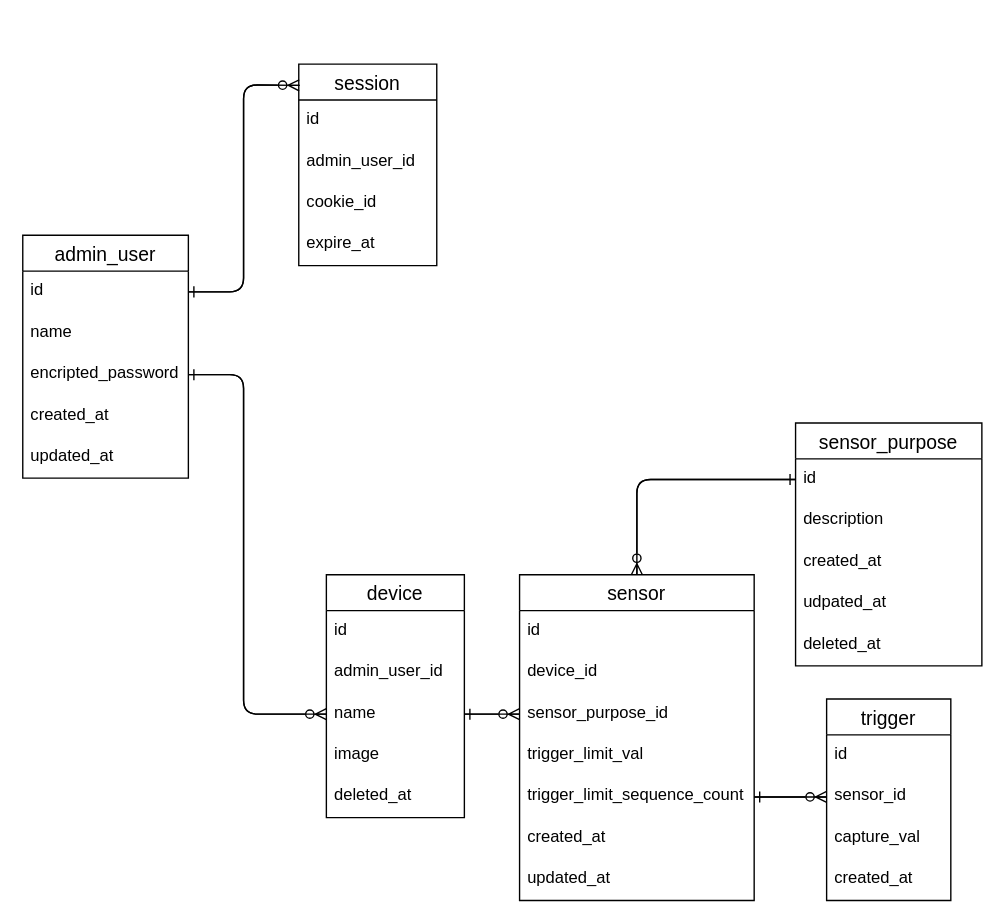
YSawc/pyum keeps this draw.io diagram as src/backend/ER.dio. Above is the earlier version. Source tidied: cells renumbered, new cells numbered last; positions are measured from the earlier drawing's top-left corner, leaving out a move shared by most shapes. Both pictures are drawn from the tidied source at 138%, with x=0, y=0 at pixel (22, 63).
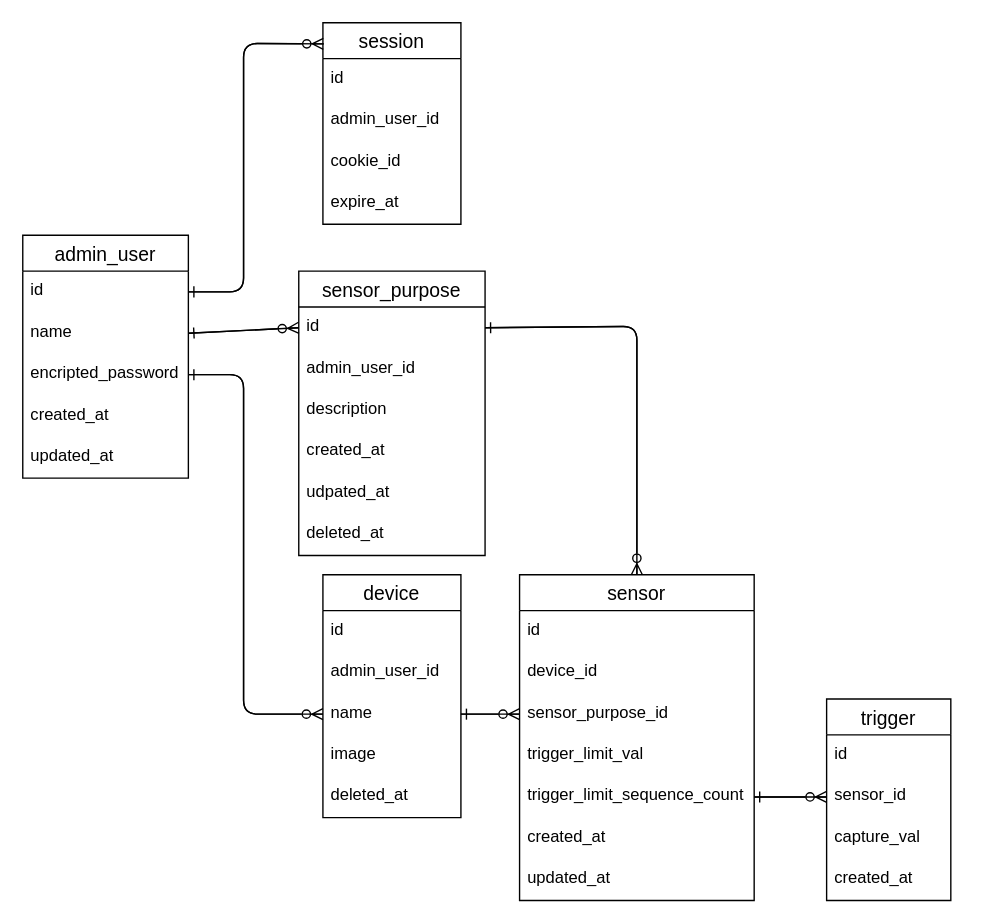
The same diagram, later.

Commit message (it also covers changes not shown here):
modify: add relation for admin_user and sensor purpose

Unchanged cells that the change refers to:
```xml
<mxCell id="3" value="id&#10;&#10;" style="text;strokeColor=none;fillColor=none;spacingLeft=4;spacingRight=4;overflow=hidden;points=[[0,0.5],[1,0.5]];portConstraint=eastwest;fontSize=12;" parent="2" vertex="1">
  <mxGeometry y="26" width="120" height="30" as="geometry" />
</mxCell>
<mxCell id="4" value="name" style="text;strokeColor=none;fillColor=none;spacingLeft=4;spacingRight=4;overflow=hidden;points=[[0,0.5],[1,0.5]];portConstraint=eastwest;fontSize=12;" parent="2" vertex="1">
  <mxGeometry y="56" width="120" height="30" as="geometry" />
</mxCell>
<mxCell id="15" value="id&#10;&#10;" style="text;strokeColor=none;fillColor=none;spacingLeft=4;spacingRight=4;overflow=hidden;points=[[0,0.5],[1,0.5]];portConstraint=eastwest;fontSize=12;" parent="14" vertex="1">
  <mxGeometry y="26" width="135" height="30" as="geometry" />
</mxCell>
<mxCell id="25" value="sensor" style="swimlane;fontStyle=0;horizontal=1;startSize=26;align=center;fontSize=14;" parent="1" vertex="1">
  <mxGeometry x="360" y="370" width="170" height="236" as="geometry" />
</mxCell>
```

Diff of the diagram source:
```diff
@@
     <mxCell id="8" value="device" style="swimlane;fontStyle=0;horizontal=1;startSize=26;align=center;fontSize=14;" parent="1" vertex="1">
-      <mxGeometry x="220" y="370" width="100" height="176" as="geometry" />
+      <mxGeometry x="217.5" y="370" width="100" height="176" as="geometry" />
     </mxCell>
@@
     <mxCell id="14" value="sensor_purpose" style="swimlane;fontStyle=0;horizontal=1;startSize=26;align=center;fontSize=14;" parent="1" vertex="1">
-      <mxGeometry x="560" y="260" width="135" height="176" as="geometry" />
+      <mxGeometry x="200" y="150" width="135" height="206" as="geometry" />
     </mxCell>
@@
+    <mxCell id="48" value="admin_user_id" style="text;strokeColor=none;fillColor=none;spacingLeft=4;spacingRight=4;overflow=hidden;fontSize=12;" parent="14" vertex="1">
+      <mxGeometry y="56" width="135" height="30" as="geometry" />
+    </mxCell>
     <mxCell id="16" value="description" style="text;strokeColor=none;fillColor=none;spacingLeft=4;spacingRight=4;overflow=hidden;fontSize=12;" parent="14" vertex="1">
-      <mxGeometry y="56" width="135" height="30" as="geometry" />
+      <mxGeometry y="86" width="135" height="30" as="geometry" />
     </mxCell>
     <mxCell id="17" value="created_at" style="text;strokeColor=none;fillColor=none;spacingLeft=4;spacingRight=4;overflow=hidden;fontSize=12;" parent="14" vertex="1">
-      <mxGeometry y="86" width="135" height="30" as="geometry" />
+      <mxGeometry y="116" width="135" height="30" as="geometry" />
     </mxCell>
     <mxCell id="18" value="udpated_at" style="text;strokeColor=none;fillColor=none;spacingLeft=4;spacingRight=4;overflow=hidden;fontSize=12;" parent="14" vertex="1">
-      <mxGeometry y="116" width="135" height="30" as="geometry" />
+      <mxGeometry y="146" width="135" height="30" as="geometry" />
     </mxCell>
     <mxCell id="19" value="deleted_at" style="text;strokeColor=none;fillColor=none;spacingLeft=4;spacingRight=4;overflow=hidden;fontSize=12;" parent="14" vertex="1">
-      <mxGeometry y="146" width="135" height="30" as="geometry" />
+      <mxGeometry y="176" width="135" height="30" as="geometry" />
     </mxCell>
@@
-    <mxCell id="39" style="edgeStyle=none;html=1;startArrow=none;startFill=0;endArrow=ERzeroToMany;endFill=0;exitX=0;exitY=0.5;exitDx=0;exitDy=0;" parent="1" edge="1" source="15" target="25">
+    <mxCell id="39" style="edgeStyle=none;html=1;startArrow=none;startFill=0;endArrow=ERzeroToMany;endFill=0;exitX=1;exitY=0.5;exitDx=0;exitDy=0;" parent="1" edge="1" source="15" target="25">
       <mxGeometry relative="1" as="geometry">
         <Array as="points">
+          <mxPoint x="445" y="190" />
           <mxPoint x="445" y="301" />
         </Array>
       </mxGeometry>
     </mxCell>
-    <mxCell id="40" style="edgeStyle=none;html=1;exitX=0.5;exitY=0;exitDx=0;exitDy=0;startArrow=none;startFill=0;endArrow=ERone;endFill=0;entryX=0;entryY=0.5;entryDx=0;entryDy=0;" parent="1" edge="1" source="25" target="15">
+    <mxCell id="40" style="edgeStyle=none;html=1;exitX=0.5;exitY=0;exitDx=0;exitDy=0;startArrow=none;startFill=0;endArrow=ERone;endFill=0;entryX=1;entryY=0.5;entryDx=0;entryDy=0;" parent="1" edge="1" source="25" target="15">
       <mxGeometry relative="1" as="geometry">
         <Array as="points">
           <mxPoint x="445" y="301" />
+          <mxPoint x="445" y="190" />
         </Array>
       </mxGeometry>
     </mxCell>
     <mxCell id="41" value="session" style="swimlane;fontStyle=0;horizontal=1;startSize=26;align=center;fontSize=14;" parent="1" vertex="1">
-      <mxGeometry x="200" width="100" height="146" as="geometry" />
+      <mxGeometry x="217.5" y="-30" width="100" height="146" as="geometry" />
     </mxCell>
@@
     <mxCell id="46" style="edgeStyle=none;html=1;exitX=1;exitY=0.5;exitDx=0;exitDy=0;startArrow=none;startFill=0;endArrow=ERzeroToMany;endFill=0;entryX=0.003;entryY=0.105;entryDx=0;entryDy=0;entryPerimeter=0;" parent="1" edge="1" source="3" target="41">
       <mxGeometry relative="1" as="geometry">
         <Array as="points">
           <mxPoint x="160" y="165" />
           <mxPoint x="160" y="15" />
+          <mxPoint x="160" y="-15" />
         </Array>
       </mxGeometry>
     </mxCell>
     <mxCell id="47" style="edgeStyle=none;html=1;exitX=0.007;exitY=0.105;exitDx=0;exitDy=0;startArrow=none;startFill=0;endArrow=ERone;endFill=0;entryX=1;entryY=0.5;entryDx=0;entryDy=0;exitPerimeter=0;" parent="1" edge="1" source="41" target="3">
       <mxGeometry relative="1" as="geometry">
         <Array as="points">
-          <mxPoint x="160" y="15" />
+          <mxPoint x="160" y="-15" />
           <mxPoint x="160" y="165" />
         </Array>
       </mxGeometry>
     </mxCell>
+    <mxCell id="49" style="edgeStyle=none;html=1;entryX=0;entryY=0.5;entryDx=0;entryDy=0;startArrow=none;startFill=0;endArrow=ERzeroToMany;endFill=0;exitX=1;exitY=0.5;exitDx=0;exitDy=0;" parent="1" edge="1" source="4" target="15">
+      <mxGeometry relative="1" as="geometry" />
+    </mxCell>
+    <mxCell id="50" style="edgeStyle=none;html=1;exitX=0;exitY=0.5;exitDx=0;exitDy=0;entryX=1;entryY=0.5;entryDx=0;entryDy=0;startArrow=none;startFill=0;endArrow=ERone;endFill=0;" parent="1" edge="1" source="15" target="4">
+      <mxGeometry relative="1" as="geometry" />
+    </mxCell>
```
